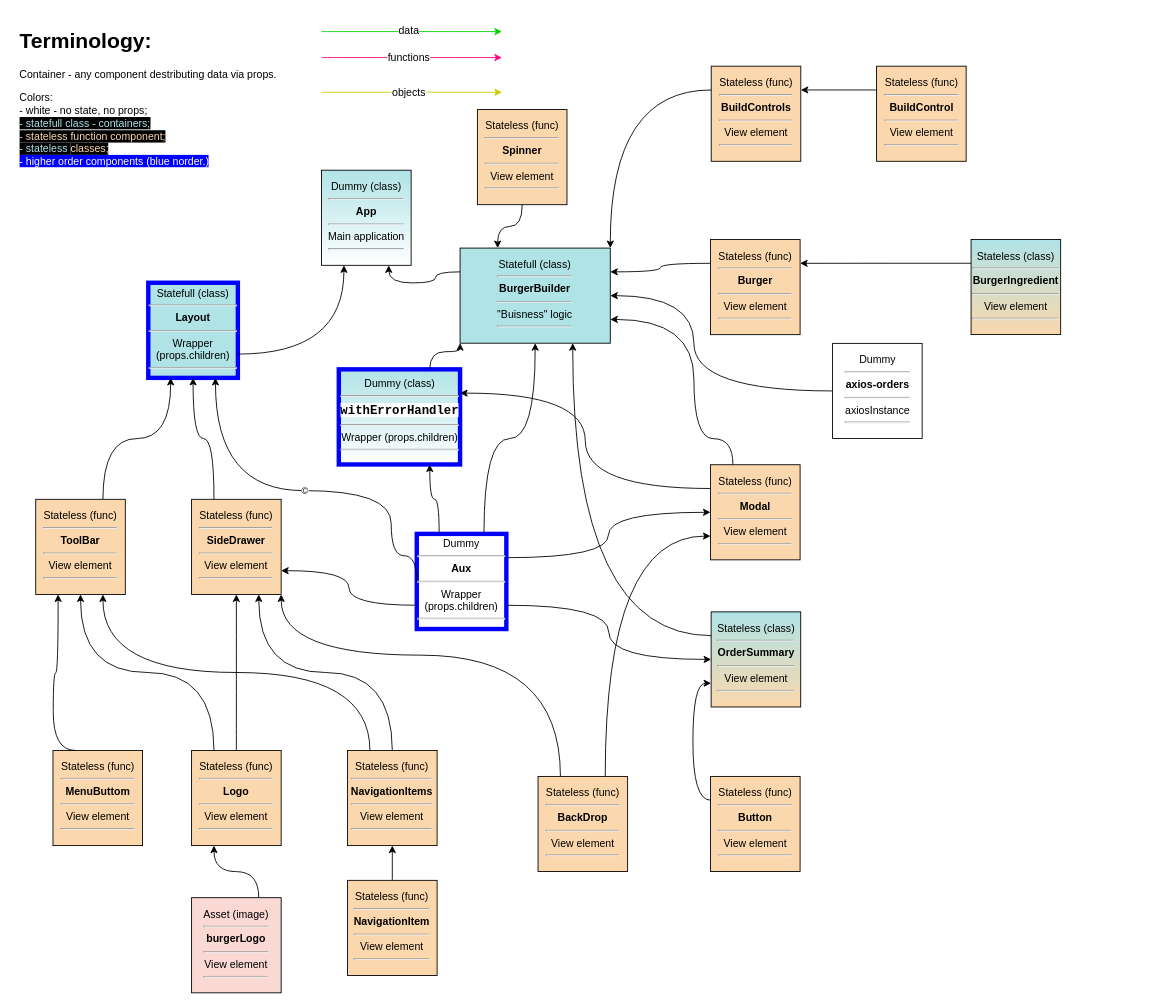
The draw.io diagram page "Application stracture" (5 of 5) of burger-builder.drawio in Sergey190309/burger-builder, before the edit. Source tidied: cells renumbered, new cells numbered last; positions are measured from the earlier drawing's top-left corner, leaving out a move shared by most shapes. Both pictures are drawn from the tidied source at 88%, with x=0, y=0 at pixel (15, 24).
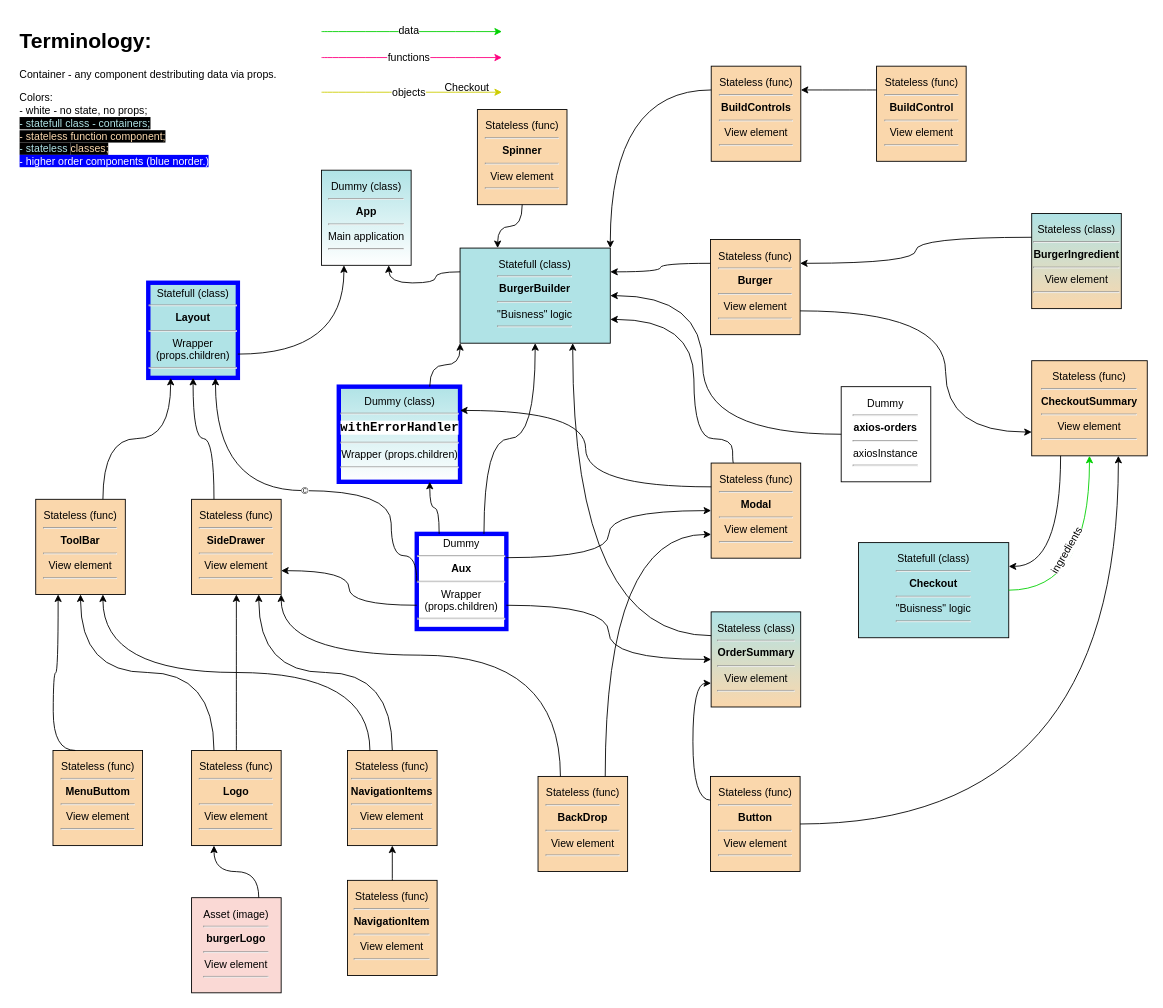
The same page after the edit.

Unchanged cells that the change refers to:
```xml
<mxCell id="12" value="Statefull (class)&lt;br&gt;&lt;hr&gt;&lt;b&gt;BurgerBuilder&lt;/b&gt;&lt;br&gt;&lt;hr&gt;&quot;Buisness&quot; logic&lt;br&gt;&lt;hr&gt;" style="rounded=0;whiteSpace=wrap;html=1;fillColor=#b0e3e6;strokeColor=#000000;arcSize=0;glass=0;comic=0;shadow=0;" parent="9" vertex="1">
  <mxGeometry x="505.3" y="254.4" width="170.7" height="108.1" as="geometry" />
</mxCell>
<mxCell id="23" value="Stateless (func)&lt;br&gt;&lt;hr&gt;&lt;b&gt;Burger&lt;/b&gt;&lt;br&gt;&lt;hr&gt;View element&lt;br&gt;&lt;hr&gt;" style="rounded=0;whiteSpace=wrap;html=1;fillColor=#fad7ac;strokeColor=#000000;arcSize=0;glass=0;comic=0;shadow=0;" parent="9" vertex="1">
  <mxGeometry x="789.9" y="244.7" width="101.8" height="108.1" as="geometry" />
</mxCell>
<mxCell id="29" value="Stateless (func)&lt;br&gt;&lt;hr&gt;&lt;b&gt;Button&lt;/b&gt;&lt;br&gt;&lt;hr&gt;View element&lt;br&gt;&lt;hr&gt;" style="rounded=0;whiteSpace=wrap;html=1;fillColor=#fad7ac;strokeColor=#000000;arcSize=0;glass=0;comic=0;shadow=0;" parent="9" vertex="1">
  <mxGeometry x="789.9" y="854.8" width="101.8" height="108.1" as="geometry" />
</mxCell>
```

What changed in the source:
```diff
@@
+    <mxCell id="67" value="Statefull (class)&lt;br&gt;&lt;hr&gt;&lt;b&gt;Checkout&lt;/b&gt;&lt;br&gt;&lt;hr&gt;&quot;Buisness&quot; logic&lt;br&gt;&lt;hr&gt;" style="rounded=0;whiteSpace=wrap;html=1;fillColor=#b0e3e6;strokeColor=#000000;arcSize=0;glass=0;comic=0;shadow=0;" parent="1" vertex="1">
+      <mxGeometry x="958.1" y="589.1" width="170.7" height="108.1" as="geometry" />
+    </mxCell>
+    <mxCell id="68" value="Stateless (func)&lt;br&gt;&lt;hr&gt;&lt;b&gt;CheckoutSummary&lt;/b&gt;&lt;br&gt;&lt;hr&gt;View element&lt;br&gt;&lt;hr&gt;" style="rounded=0;whiteSpace=wrap;html=1;fillColor=#fad7ac;strokeColor=#000000;arcSize=0;glass=0;comic=0;shadow=0;" parent="1" vertex="1">
+      <mxGeometry x="1154.9" y="382.4" width="131.3" height="108.1" as="geometry" />
+    </mxCell>
@@
     <mxCell id="25" value="Stateless (func)&lt;br&gt;&lt;hr&gt;&lt;b&gt;Modal&lt;/b&gt;&lt;br&gt;&lt;hr&gt;View element&lt;br&gt;&lt;hr&gt;" style="rounded=0;whiteSpace=wrap;html=1;fillColor=#fad7ac;strokeColor=#000000;arcSize=0;glass=0;comic=0;shadow=0;" parent="9" vertex="1">
-      <mxGeometry x="789.9" y="500.6" width="101.8" height="108.1" as="geometry" />
+      <mxGeometry x="790.6" y="498.7" width="101.8" height="108.1" as="geometry" />
     </mxCell>
@@
     <mxCell id="27" value="Stateless (class)&lt;br&gt;&lt;hr&gt;&lt;b&gt;BurgerIngredient&lt;/b&gt;&lt;br&gt;&lt;hr&gt;View element&lt;br&gt;&lt;hr&gt;" style="rounded=0;whiteSpace=wrap;html=1;fillColor=#fad7ac;strokeColor=#000000;arcSize=0;glass=0;comic=0;shadow=0;gradientColor=#B0E3E6;gradientDirection=north;" parent="9" vertex="1">
-      <mxGeometry x="1086" y="244.6" width="101.8" height="108.1" as="geometry" />
+      <mxGeometry x="1154.9" y="215.1" width="101.8" height="108.1" as="geometry" />
     </mxCell>
@@
     <mxCell id="31" value="Dummy&lt;br&gt;&lt;hr&gt;&lt;b&gt;axios-orders&lt;/b&gt;&lt;br&gt;&lt;hr&gt;axiosInstance&lt;br&gt;&lt;hr&gt;" style="rounded=0;whiteSpace=wrap;html=1;fillColor=none;strokeColor=#000000;arcSize=0;glass=0;comic=0;shadow=0;" parent="9" vertex="1">
-      <mxGeometry x="928.6" y="362.7" width="101.8" height="108.1" as="geometry" />
+      <mxGeometry x="938.4" y="411.9" width="101.8" height="108.1" as="geometry" />
     </mxCell>
     <mxCell id="32" value="Dummy (class)&lt;br&gt;&lt;hr&gt;&lt;div style=&quot;font-family: &amp;#34;consolas&amp;#34; , &amp;#34;courier new&amp;#34; , monospace ; font-size: 14px ; line-height: 19px ; white-space: pre&quot;&gt;&lt;span style=&quot;background-color: rgb(255 , 255 , 255)&quot;&gt;&lt;b&gt;withErrorHandler&lt;/b&gt;&lt;/span&gt;&lt;/div&gt;&lt;hr&gt;Wrapper (props.children)&lt;br&gt;&lt;hr&gt;" style="rounded=0;whiteSpace=wrap;html=1;fillColor=#ffffff;strokeColor=#0000FF;arcSize=0;glass=0;comic=0;shadow=0;strokeWidth=5;gradientColor=#B0E3E6;gradientDirection=north;" parent="9" vertex="1">
-      <mxGeometry x="367.5" y="392.2" width="137.8" height="108.1" as="geometry" />
+      <mxGeometry x="367.5" y="411.9" width="137.8" height="108.1" as="geometry" />
     </mxCell>
@@
     <mxCell id="62" style="edgeStyle=orthogonalEdgeStyle;rounded=0;jettySize=auto;html=1;exitX=0;exitY=0.5;exitDx=0;exitDy=0;curved=1;entryX=1;entryY=0.5;entryDx=0;entryDy=0;" parent="34" edge="1" source="31" target="12">
       <mxGeometry relative="1" as="geometry">
         <Array as="points">
-          <mxPoint x="771" y="417" />
-          <mxPoint x="771" y="308" />
+          <mxPoint x="781" y="466" />
+          <mxPoint x="781" y="308" />
         </Array>
       </mxGeometry>
     </mxCell>
@@
+    <mxCell id="69" style="edgeStyle=orthogonalEdgeStyle;rounded=0;jettySize=auto;html=1;exitX=1;exitY=0.75;exitDx=0;exitDy=0;curved=1;entryX=0;entryY=0.75;entryDx=0;entryDy=0;" parent="34" edge="1" source="23" target="68">
+      <mxGeometry relative="1" as="geometry">
+        <Array as="points">
+          <mxPoint x="1057" y="326" />
+          <mxPoint x="1057" y="464" />
+        </Array>
+      </mxGeometry>
+    </mxCell>
+    <mxCell id="70" style="edgeStyle=orthogonalEdgeStyle;curved=1;rounded=0;jettySize=auto;html=1;exitX=1;exitY=0.5;exitDx=0;exitDy=0;entryX=0.75;entryY=1;entryDx=0;entryDy=0;strokeColor=#000000;" parent="34" edge="1" source="29" target="68">
+      <mxGeometry relative="1" as="geometry" />
+    </mxCell>
+    <mxCell id="71" style="edgeStyle=orthogonalEdgeStyle;curved=1;rounded=0;jettySize=auto;html=1;exitX=0.25;exitY=1;exitDx=0;exitDy=0;entryX=1;entryY=0.25;entryDx=0;entryDy=0;strokeColor=#000000;" parent="34" edge="1" source="68" target="67">
+      <mxGeometry relative="1" as="geometry" />
+    </mxCell>
+    <mxCell id="72" parent="0" />
+    <mxCell id="73" value="Checkout" style="text;html=1;" parent="72" vertex="1">
+      <mxGeometry x="485.7" y="57.6" width="78.7" height="29.5" as="geometry" />
+    </mxCell>
+    <mxCell id="74" style="edgeStyle=orthogonalEdgeStyle;curved=1;rounded=0;jettySize=auto;html=1;exitX=1;exitY=0.5;exitDx=0;exitDy=0;entryX=0.5;entryY=1;entryDx=0;entryDy=0;strokeColor=#00D100;" parent="72" edge="1" source="67" target="68">
+      <mxGeometry relative="1" as="geometry" />
+    </mxCell>
+    <mxCell id="75" value="ingredients" style="text;html=1;align=center;verticalAlign=middle;labelBackgroundColor=#ffffff;rotation=-60;" parent="74" vertex="1">
+      <mxGeometry x="-0.43" y="34" relative="1" as="geometry">
+        <mxPoint x="-5" y="-10.2" as="offset" />
+      </mxGeometry>
+    </mxCell>
```
